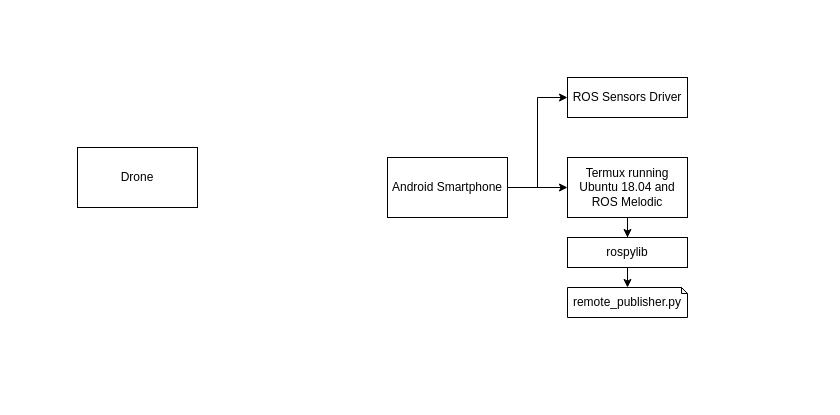
The draw.io diagram ROSBridge Architecture.drawio in prasannawilliams/high-level-architecture, before the edit. Source tidied: cells renumbered, new cells numbered last; positions are measured from the earlier drawing's top-left corner, leaving out a move shared by most shapes. Both pictures are drawn from the tidied source at 100%, with x=0, y=0 at pixel (77, 77).
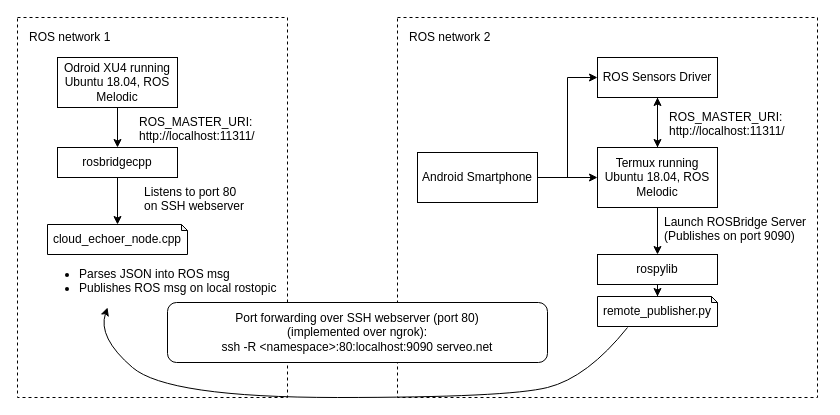
The same diagram, later.

The edit, as a diff of the source:
```diff
@@
+    <mxCell id="12" style="rounded=0;whiteSpace=wrap;html=1;dashed=1;" parent="1" vertex="1">
+      <mxGeometry x="-60" y="-60" width="270" height="380" as="geometry" />
+    </mxCell>
+    <mxCell id="13" style="rounded=0;whiteSpace=wrap;html=1;dashed=1;" parent="1" vertex="1">
+      <mxGeometry x="320" y="-60" width="420" height="380" as="geometry" />
+    </mxCell>
@@
     <mxCell id="3" style="edgeStyle=orthogonalEdgeStyle;rounded=0;jettySize=auto;html=1;entryX=0;entryY=0.5;entryDx=0;entryDy=0;" parent="1" edge="1" source="4" target="10">
       <mxGeometry relative="1" as="geometry">
         <Array as="points">
-          <mxPoint x="460" y="110" />
-          <mxPoint x="460" y="20" />
+          <mxPoint x="490" y="100" />
+          <mxPoint x="490" />
         </Array>
       </mxGeometry>
     </mxCell>
     <mxCell id="4" value="Android Smartphone" style="rounded=0;whiteSpace=wrap;html=1;" parent="1" vertex="1">
-      <mxGeometry x="310" y="80" width="120" height="60" as="geometry" />
+      <mxGeometry x="340" y="75" width="120" height="50" as="geometry" />
     </mxCell>
+    <mxCell id="14" style="edgeStyle=orthogonalEdgeStyle;rounded=0;jettySize=auto;html=1;" parent="1" edge="1" source="5" target="21">
+      <mxGeometry relative="1" as="geometry" />
+    </mxCell>
-    <mxCell id="5" value="Drone" style="rounded=0;whiteSpace=wrap;html=1;" parent="1" vertex="1">
-      <mxGeometry y="70" width="120" height="60" as="geometry" />
+    <mxCell id="5" value="Odroid XU4 running Ubuntu 18.04, ROS Melodic" style="rounded=0;whiteSpace=wrap;html=1;" parent="1" vertex="1">
+      <mxGeometry x="-20" y="-20" width="120" height="50" as="geometry" />
     </mxCell>
@@
+    <mxCell id="15" style="edgeStyle=orthogonalEdgeStyle;rounded=0;jettySize=auto;html=1;exitX=0.5;exitY=0;exitDx=0;exitDy=0;entryX=0.5;entryY=1;entryDx=0;entryDy=0;" parent="1" edge="1" source="7" target="10">
+      <mxGeometry relative="1" as="geometry" />
+    </mxCell>
-    <mxCell id="7" value="Termux running Ubuntu 18.04 and ROS Melodic" style="rounded=0;whiteSpace=wrap;html=1;" parent="1" vertex="1">
-      <mxGeometry x="490" y="80" width="120" height="60" as="geometry" />
+    <mxCell id="7" value="Termux running Ubuntu 18.04, ROS Melodic" style="rounded=0;whiteSpace=wrap;html=1;" parent="1" vertex="1">
+      <mxGeometry x="520" y="70" width="120" height="60" as="geometry" />
     </mxCell>
-    <mxCell id="8" style="edgeStyle=orthogonalEdgeStyle;rounded=0;jettySize=auto;html=1;" parent="1" edge="1" source="9">
-      <mxGeometry relative="1" as="geometry">
-        <mxPoint x="550" y="210" as="targetPoint" />
-      </mxGeometry>
+    <mxCell id="8" style="edgeStyle=orthogonalEdgeStyle;rounded=0;jettySize=auto;html=1;entryX=0.5;entryY=0;entryDx=0;entryDy=0;entryPerimeter=0;" parent="1" edge="1" source="9" target="11">
+      <mxGeometry relative="1" as="geometry" />
     </mxCell>
     <mxCell id="9" value="rospylib" style="rounded=0;whiteSpace=wrap;html=1;" parent="1" vertex="1">
-      <mxGeometry x="490" y="160" width="120" height="30" as="geometry" />
+      <mxGeometry x="520" y="177" width="120" height="30" as="geometry" />
     </mxCell>
+    <mxCell id="16" style="edgeStyle=orthogonalEdgeStyle;rounded=0;jettySize=auto;html=1;" parent="1" edge="1" source="10" target="7">
+      <mxGeometry relative="1" as="geometry" />
+    </mxCell>
     <mxCell id="10" value="ROS Sensors Driver" style="rounded=0;whiteSpace=wrap;html=1;" parent="1" vertex="1">
-      <mxGeometry x="490" width="120" height="40" as="geometry" />
+      <mxGeometry x="520" y="-20" width="120" height="40" as="geometry" />
     </mxCell>
     <mxCell id="11" value="remote_publisher.py" style="shape=note;whiteSpace=wrap;html=1;backgroundOutline=1;darkOpacity=0.05;size=6;" parent="1" vertex="1">
-      <mxGeometry x="490" y="210" width="120" height="30" as="geometry" />
+      <mxGeometry x="520" y="219" width="120" height="30" as="geometry" />
     </mxCell>
+    <mxCell id="17" value="ROS_MASTER_URI:&lt;br&gt;http://localhost:11311/" style="text;html=1;align=left;verticalAlign=top;spacingTop=-4;" parent="1" vertex="1">
+      <mxGeometry x="590" y="30" width="130" height="30" as="geometry" />
+    </mxCell>
+    <mxCell id="18" style="curved=1;endArrow=classic;html=1;" parent="1" edge="1">
+      <mxGeometry relative="1" as="geometry">
+        <mxPoint x="550" y="250" as="sourcePoint" />
+        <mxPoint x="30" y="230" as="targetPoint" />
+        <Array as="points">
+          <mxPoint x="510" y="300" />
+          <mxPoint x="430" y="320" />
+          <mxPoint x="90" y="320" />
+          <mxPoint x="20" y="260" />
+        </Array>
+      </mxGeometry>
+    </mxCell>
+    <mxCell id="19" value="Launch ROSBridge Server &lt;br&gt;(Publishes on port 9090)" style="text;html=1;align=left;verticalAlign=top;spacingTop=-4;" parent="1" vertex="1">
+      <mxGeometry x="585" y="135" width="160" height="30" as="geometry" />
+    </mxCell>
+    <mxCell id="20" style="edgeStyle=orthogonalEdgeStyle;rounded=0;jettySize=auto;html=1;entryX=0.5;entryY=0;entryDx=0;entryDy=0;entryPerimeter=0;" parent="1" edge="1" source="21" target="25">
+      <mxGeometry relative="1" as="geometry" />
+    </mxCell>
+    <mxCell id="21" value="rosbridgecpp" style="rounded=0;whiteSpace=wrap;html=1;" parent="1" vertex="1">
+      <mxGeometry x="-20" y="70" width="120" height="30" as="geometry" />
+    </mxCell>
+    <mxCell id="22" value="ROS_MASTER_URI:&lt;br&gt;http://localhost:11311/" style="text;html=1;align=left;verticalAlign=top;spacingTop=-4;" parent="1" vertex="1">
+      <mxGeometry x="60" y="35" width="130" height="30" as="geometry" />
+    </mxCell>
+    <mxCell id="23" value="ROS network 2" style="text;html=1;align=left;verticalAlign=top;spacingTop=-4;" parent="1" vertex="1">
+      <mxGeometry x="330" y="-50" width="100" height="20" as="geometry" />
+    </mxCell>
+    <mxCell id="24" value="ROS network 1" style="text;html=1;align=left;verticalAlign=top;spacingTop=-4;" parent="1" vertex="1">
+      <mxGeometry x="-50" y="-50" width="100" height="20" as="geometry" />
+    </mxCell>
+    <mxCell id="25" value="cloud_echoer_node.cpp" style="shape=note;whiteSpace=wrap;html=1;backgroundOutline=1;darkOpacity=0.05;size=6;" parent="1" vertex="1">
+      <mxGeometry x="-30" y="147" width="140" height="30" as="geometry" />
+    </mxCell>
+    <mxCell id="26" value="&lt;ul&gt;&lt;li&gt;Parses JSON into ROS msg&lt;/li&gt;&lt;li&gt;Publishes ROS msg on local rostopic&lt;/li&gt;&lt;/ul&gt;" style="text;html=1;align=left;verticalAlign=top;spacingTop=-4;" parent="1" vertex="1">
+      <mxGeometry x="-40" y="175" width="250" height="50" as="geometry" />
+    </mxCell>
+    <mxCell id="27" value="&lt;span&gt;Port forwarding over SSH webserver (port 80)&lt;/span&gt;&lt;br&gt;&lt;span&gt;(implemented over ngrok):&lt;/span&gt;&lt;br&gt;&lt;span&gt;ssh -R &amp;lt;namespace&amp;gt;:80:localhost:9090 serveo.net&lt;/span&gt;" style="rounded=1;whiteSpace=wrap;html=1;" parent="1" vertex="1">
+      <mxGeometry x="90" y="225" width="380" height="60" as="geometry" />
+    </mxCell>
+    <mxCell id="28" value="Listens to port 80 &lt;br&gt;on SSH webserver" style="text;html=1;align=left;verticalAlign=top;spacingTop=-4;" parent="1" vertex="1">
+      <mxGeometry x="65" y="105" width="120" height="30" as="geometry" />
+    </mxCell>
```
